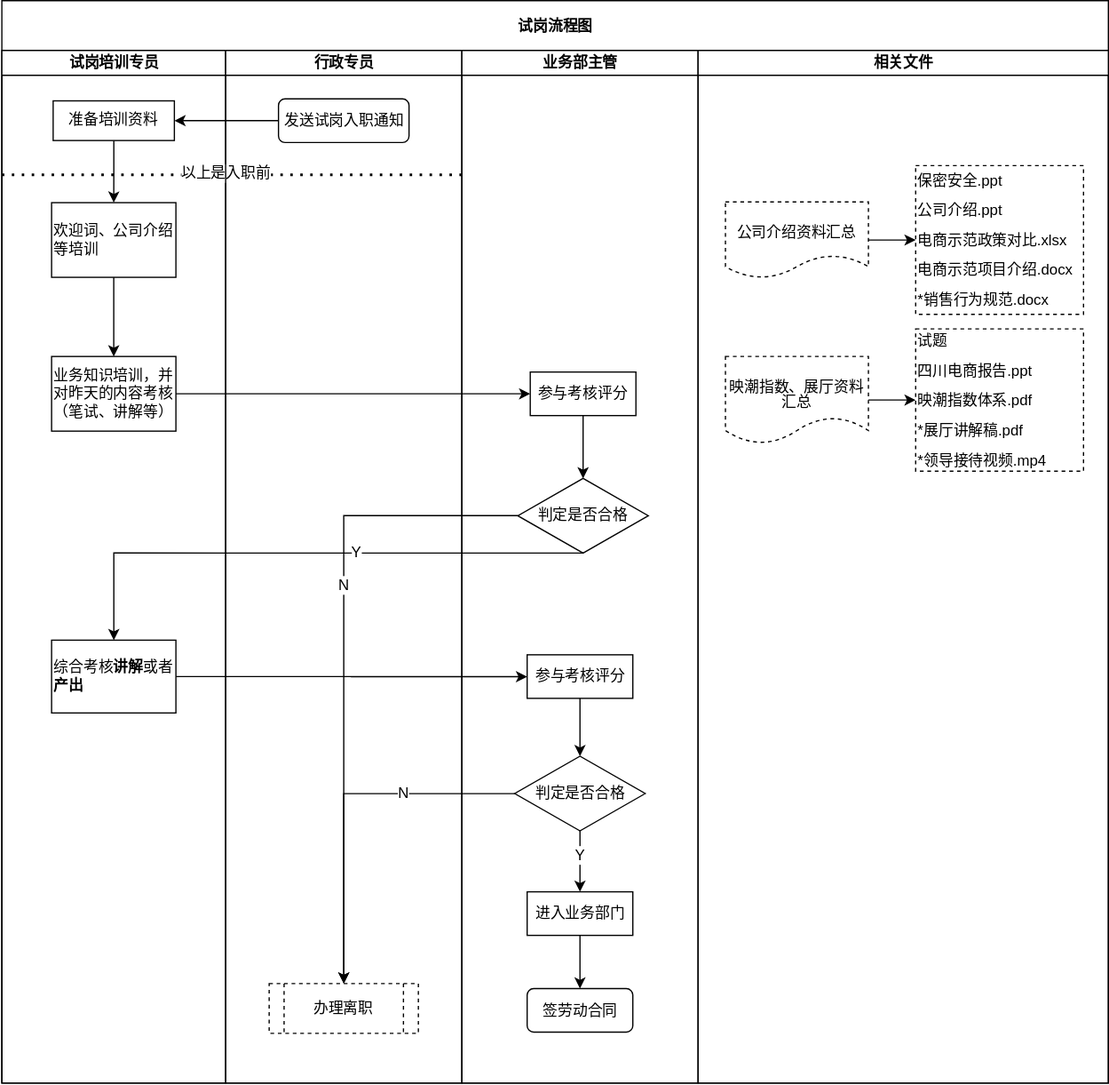
Above: 试岗流程图.svg in imgwho/practice (draw.io), before the change. Source tidied: cells renumbered, new cells last; positions are measured from the earlier drawing's top-left corner, leaving out a move shared by most shapes.
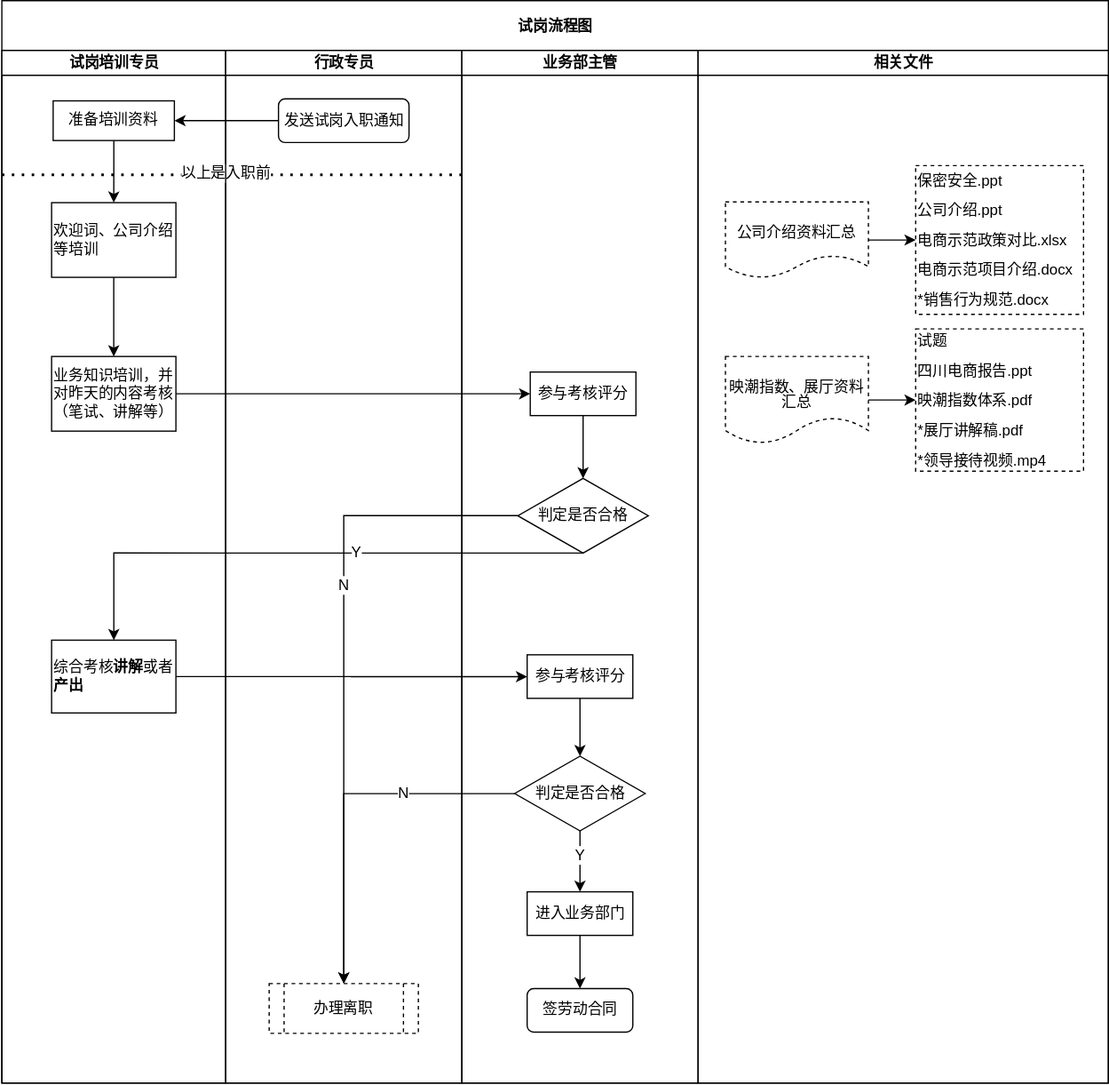
Above is the later version.

Commit message:
更新试岗流程图.svg

The edit, as a diff of the source:
```diff
@@ -2,7 +2,7 @@
   <root>
     <mxCell id="0" />
     <mxCell id="1" parent="0" />
-    <mxCell id="2" value="&lt;p style=&quot;line-height: 100%&quot;&gt;试岗流程图&lt;/p&gt;" style="swimlane;html=1;startSize=40;shadow=0;verticalAlign=middle;labelPosition=center;verticalLabelPosition=middle;align=center;" parent="1" vertex="1">
+    <mxCell id="2" value="&lt;p style=&quot;line-height: 100%&quot;&gt;试岗流程图&lt;/p&gt;" style="swimlane;html=1;startSize=40;shadow=0;verticalAlign=middle;labelPosition=center;verticalLabelPosition=middle;align=center;flipV=0;flipH=1;" parent="1" vertex="1">
       <mxGeometry width="890" height="870" as="geometry" />
     </mxCell>
     <mxCell id="3" value="试岗培训专员" style="swimlane;html=1;startSize=20;" parent="2" vertex="1">
```
